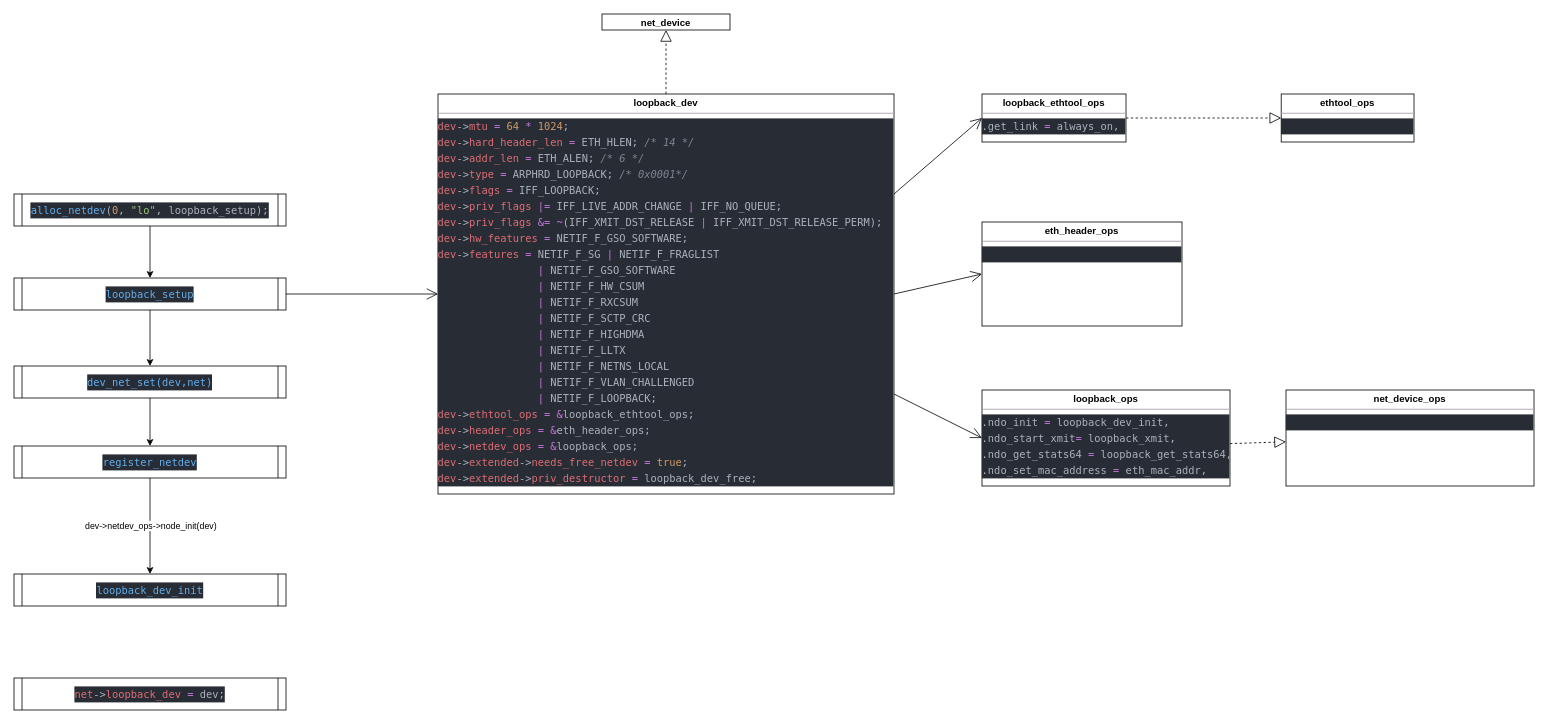
The draw.io diagram drivers/net/loopback/loopback_net_init.drawio in ChaosXu/linux-doc, before the edit. Source tidied: cells renumbered, new cells numbered last; positions are measured from the earlier drawing's top-left corner, leaving out a move shared by most shapes. Both pictures are drawn from the tidied source at 80%, with x=0, y=0 at pixel (14, 14).
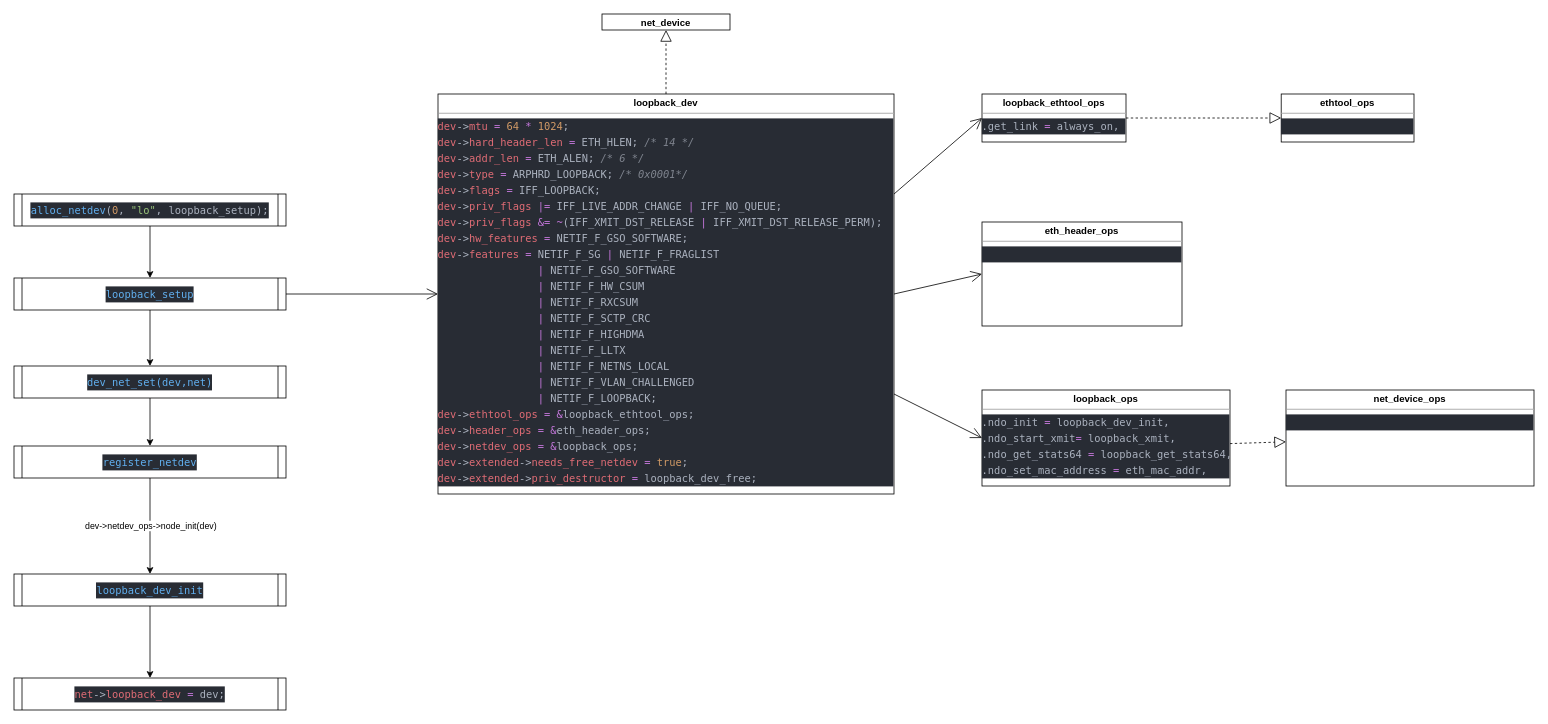
After the change.

Unchanged cells that the change refers to:
```xml
<mxCell id="15" value="&lt;div style=&quot;background-color: rgb(40 , 44 , 52) ; font-family: &amp;#34;monaco&amp;#34; , &amp;#34;menlo&amp;#34; , &amp;#34;monaco&amp;#34; , &amp;#34;courier new&amp;#34; , monospace ; font-size: 13px ; line-height: 20px&quot;&gt;&lt;div style=&quot;font-family: &amp;#34;monaco&amp;#34; , &amp;#34;menlo&amp;#34; , &amp;#34;monaco&amp;#34; , &amp;#34;courier new&amp;#34; , monospace ; line-height: 20px&quot;&gt;&lt;div style=&quot;color: rgb(171 , 178 , 191) ; font-family: &amp;#34;monaco&amp;#34; , &amp;#34;menlo&amp;#34; , &amp;#34;monaco&amp;#34; , &amp;#34;courier new&amp;#34; , monospace ; line-height: 20px&quot;&gt;&lt;span style=&quot;color: #e06c75&quot;&gt;net&lt;/span&gt;-&amp;gt;&lt;span style=&quot;color: #e06c75&quot;&gt;loopback_dev&lt;/span&gt; &lt;span style=&quot;color: #c678dd&quot;&gt;=&lt;/span&gt; dev;&lt;/div&gt;&lt;/div&gt;&lt;/div&gt;" style="shape=process;whiteSpace=wrap;html=1;backgroundOutline=1;size=0.029411764705882353;" parent="1" vertex="1">
  <mxGeometry y="830" width="340" height="40" as="geometry" />
</mxCell>
<mxCell id="26" value="&lt;div style=&quot;background-color: rgb(40 , 44 , 52) ; font-family: &amp;#34;monaco&amp;#34; , &amp;#34;menlo&amp;#34; , &amp;#34;monaco&amp;#34; , &amp;#34;courier new&amp;#34; , monospace ; font-size: 13px ; line-height: 20px&quot;&gt;&lt;div style=&quot;font-family: &amp;#34;monaco&amp;#34; , &amp;#34;menlo&amp;#34; , &amp;#34;monaco&amp;#34; , &amp;#34;courier new&amp;#34; , monospace ; line-height: 20px&quot;&gt;&lt;font color=&quot;#61afef&quot;&gt;loopback_dev_init&lt;/font&gt;&lt;/div&gt;&lt;/div&gt;" style="shape=process;whiteSpace=wrap;html=1;backgroundOutline=1;size=0.029411764705882353;" parent="1" vertex="1">
  <mxGeometry y="700" width="340" height="40" as="geometry" />
</mxCell>
```

What changed in the source:
```diff
@@
+    <mxCell id="27" style="edgeStyle=orthogonalEdgeStyle;rounded=0;jettySize=auto;html=1;exitX=0.5;exitY=1;exitDx=0;exitDy=0;entryX=0.5;entryY=0;entryDx=0;entryDy=0;" parent="1" edge="1" source="26" target="15">
+      <mxGeometry relative="1" as="geometry" />
+    </mxCell>
```
